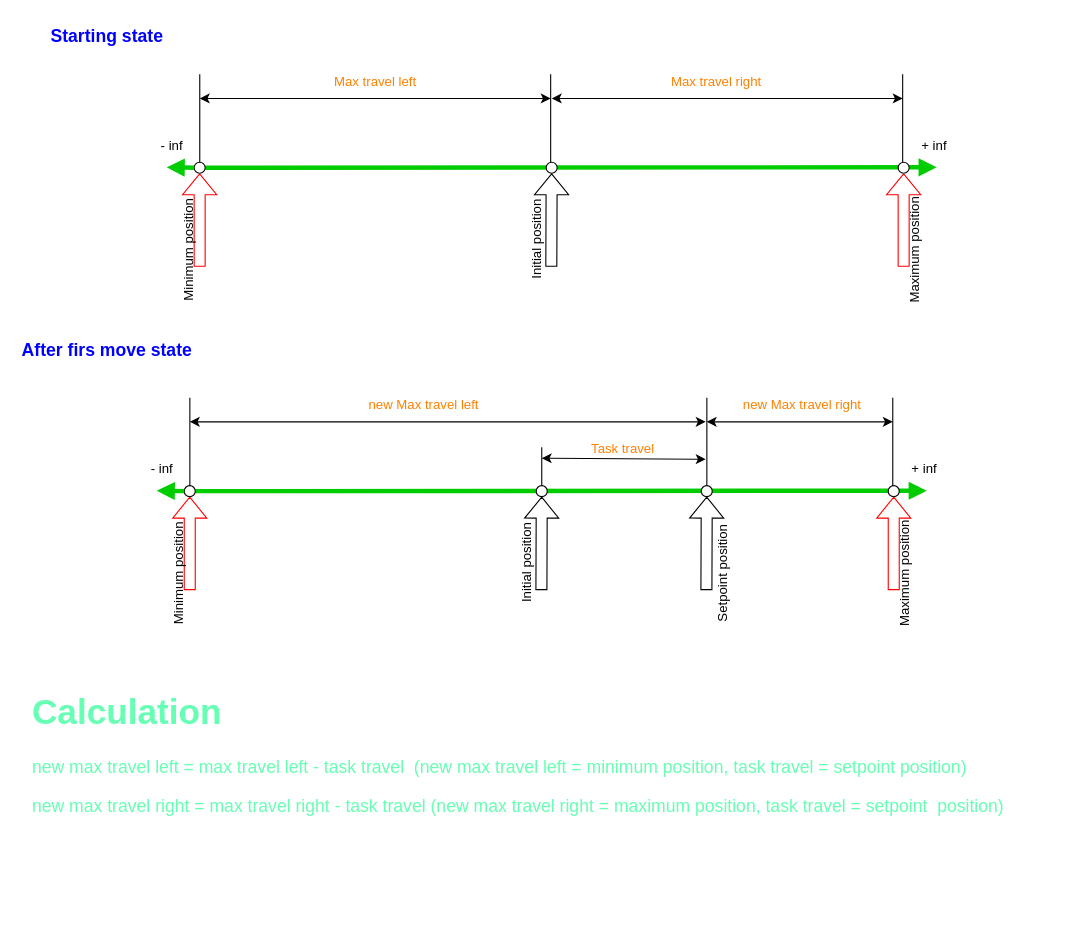
This is Diagramy/Diagram zmiany granic pozycji silnika.drawio from GitKiniol/RoboArm-Docu, a draw.io file, before an edit. Source tidied: cells renumbered, new cells numbered last; positions are measured from the earlier drawing's top-left corner, leaving out a move shared by most shapes. Both pictures are drawn from the tidied source at 110%, with x=0, y=0 at pixel (19, 19).
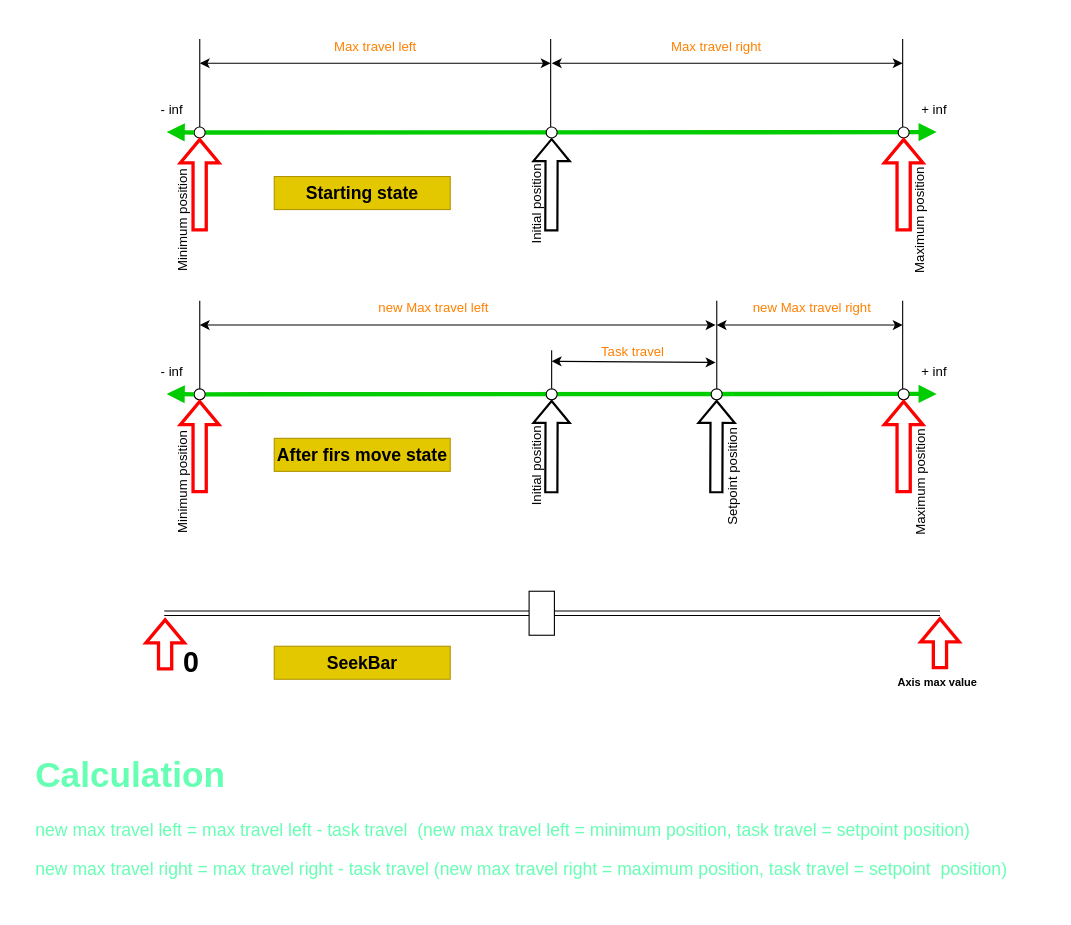
Above is the later version.

Commit message (it also covers changes not shown here):
Modyfikacja diagramu zmiany granic pozycji silnika

Diff of the diagram source:
```diff
@@
     <mxCell id="2" value="+ inf" style="text;html=1;strokeColor=none;fillColor=none;align=center;verticalAlign=middle;whiteSpace=wrap;rounded=0;" parent="1" vertex="1">
-      <mxGeometry x="801.5" y="100" width="60" height="30" as="geometry" />
+      <mxGeometry x="801.5" y="68" width="60" height="30" as="geometry" />
     </mxCell>
     <mxCell id="3" style="endArrow=none;html=1;rounded=0;fontSize=12;strokeWidth=1;exitX=0.5;exitY=0;exitDx=0;exitDy=0;" parent="1" edge="1">
       <mxGeometry relative="1" as="geometry">
-        <mxPoint x="475" y="424" as="sourcePoint" />
-        <mxPoint x="475" y="389" as="targetPoint" />
+        <mxPoint x="484" y="336" as="sourcePoint" />
+        <mxPoint x="484" y="301" as="targetPoint" />
       </mxGeometry>
     </mxCell>
     <mxCell id="4" style="endArrow=classic;startArrow=classic;html=1;rounded=0;fontSize=12;strokeWidth=1;" parent="1" edge="1">
       <mxGeometry relative="1" as="geometry">
-        <mxPoint x="475" y="399" as="sourcePoint" />
-        <mxPoint x="624" y="400" as="targetPoint" />
+        <mxPoint x="484" y="311" as="sourcePoint" />
+        <mxPoint x="633" y="312" as="targetPoint" />
       </mxGeometry>
     </mxCell>
     <mxCell id="5" style="endArrow=block;startArrow=none;endFill=1;startFill=1;html=1;rounded=0;strokeWidth=4;strokeColor=#00CC00;" parent="1" edge="1" source="11">
       <mxGeometry relative="1" as="geometry">
-        <mxPoint x="834" y="134.6" as="targetPoint" />
+        <mxPoint x="834" y="102.6" as="targetPoint" />
       </mxGeometry>
     </mxCell>
     <mxCell id="6" style="ellipse;whiteSpace=wrap;html=1;" parent="1" vertex="1">
-      <mxGeometry x="479" y="130" width="10" height="10" as="geometry" />
+      <mxGeometry x="479" y="98" width="10" height="10" as="geometry" />
     </mxCell>
     <mxCell id="7" value="- inf" style="text;html=1;strokeColor=none;fillColor=none;align=center;verticalAlign=middle;whiteSpace=wrap;rounded=0;" parent="1" vertex="1">
-      <mxGeometry x="109" y="100" width="60" height="30" as="geometry" />
+      <mxGeometry x="109" y="68" width="60" height="30" as="geometry" />
     </mxCell>
-    <mxCell id="8" style="shape=flexArrow;endArrow=classic;html=1;rounded=0;entryX=0.5;entryY=1;entryDx=0;entryDy=0;" parent="1" edge="1" target="6">
+    <mxCell id="8" style="shape=flexArrow;endArrow=classic;html=1;rounded=0;entryX=0.5;entryY=1;entryDx=0;entryDy=0;strokeWidth=2;" parent="1" edge="1" target="6">
       <mxGeometry relative="1" as="geometry">
-        <mxPoint x="483.7" y="225" as="sourcePoint" />
+        <mxPoint x="483.7" y="193" as="sourcePoint" />
       </mxGeometry>
     </mxCell>
     <mxCell id="9" value="&lt;font style=&quot;font-size: 12px;&quot;&gt;Initial position&lt;/font&gt;" style="text;html=1;strokeColor=none;fillColor=none;align=center;verticalAlign=middle;whiteSpace=wrap;rounded=0;fontSize=24;rotation=-90;" parent="1" vertex="1">
-      <mxGeometry x="429" y="195" width="75" height="10" as="geometry" />
+      <mxGeometry x="429" y="163" width="75" height="10" as="geometry" />
     </mxCell>
     <mxCell id="10" style="ellipse;whiteSpace=wrap;html=1;" parent="1" vertex="1">
-      <mxGeometry x="799" y="130" width="10" height="10" as="geometry" />
+      <mxGeometry x="799" y="98" width="10" height="10" as="geometry" />
     </mxCell>
     <mxCell id="11" style="ellipse;whiteSpace=wrap;html=1;" parent="1" vertex="1">
-      <mxGeometry x="159" y="130" width="10" height="10" as="geometry" />
+      <mxGeometry x="159" y="98" width="10" height="10" as="geometry" />
     </mxCell>
     <mxCell id="12" style="endArrow=none;startArrow=block;endFill=1;startFill=1;html=1;rounded=0;strokeWidth=4;strokeColor=#00CC00;" parent="1" edge="1" target="11">
       <mxGeometry relative="1" as="geometry">
-        <mxPoint x="134" y="134.6" as="sourcePoint" />
+        <mxPoint x="134" y="102.6" as="sourcePoint" />
       </mxGeometry>
     </mxCell>
-    <mxCell id="13" style="shape=flexArrow;endArrow=classic;html=1;rounded=0;entryX=0.5;entryY=1;entryDx=0;entryDy=0;strokeColor=#FF0000;" parent="1" edge="1" target="11">
+    <mxCell id="13" style="shape=flexArrow;endArrow=classic;html=1;rounded=0;entryX=0.5;entryY=1;entryDx=0;entryDy=0;strokeColor=#FF0000;strokeWidth=3;" parent="1" edge="1" target="11">
       <mxGeometry relative="1" as="geometry">
-        <mxPoint x="164" y="225" as="sourcePoint" />
+        <mxPoint x="164" y="193" as="sourcePoint" />
       </mxGeometry>
     </mxCell>
-    <mxCell id="14" style="shape=flexArrow;endArrow=classic;html=1;rounded=0;entryX=0.5;entryY=1;entryDx=0;entryDy=0;strokeColor=#FF0000;" parent="1" edge="1" target="10">
+    <mxCell id="14" style="shape=flexArrow;endArrow=classic;html=1;rounded=0;entryX=0.5;entryY=1;entryDx=0;entryDy=0;strokeColor=#FF0000;strokeWidth=3;" parent="1" edge="1" target="10">
       <mxGeometry relative="1" as="geometry">
-        <mxPoint x="804" y="225" as="sourcePoint" />
+        <mxPoint x="804" y="193" as="sourcePoint" />
       </mxGeometry>
     </mxCell>
     <mxCell id="15" value="&lt;font style=&quot;font-size: 12px;&quot;&gt;Minimum position&lt;/font&gt;" style="text;html=1;strokeColor=none;fillColor=none;align=center;verticalAlign=middle;whiteSpace=wrap;rounded=0;fontSize=24;rotation=-90;" parent="1" vertex="1">
-      <mxGeometry x="99" y="205" width="102.5" height="10" as="geometry" />
+      <mxGeometry x="94" y="178" width="102.5" height="10" as="geometry" />
     </mxCell>
     <mxCell id="16" value="&lt;font style=&quot;font-size: 12px;&quot;&gt;Maximum position&lt;/font&gt;" style="text;html=1;strokeColor=none;fillColor=none;align=center;verticalAlign=middle;whiteSpace=wrap;rounded=0;fontSize=24;rotation=-90;" parent="1" vertex="1">
-      <mxGeometry x="759" y="205" width="102.5" height="10" as="geometry" />
+      <mxGeometry x="764" y="178" width="102.5" height="10" as="geometry" />
     </mxCell>
     <mxCell id="17" style="endArrow=none;html=1;rounded=0;fontSize=12;strokeWidth=1;" parent="1" edge="1">
       <mxGeometry relative="1" as="geometry">
-        <mxPoint x="164.1" y="130" as="sourcePoint" />
-        <mxPoint x="164.1" y="50" as="targetPoint" />
+        <mxPoint x="164.1" y="98" as="sourcePoint" />
+        <mxPoint x="164.1" y="18" as="targetPoint" />
       </mxGeometry>
     </mxCell>
     <mxCell id="18" style="endArrow=none;html=1;rounded=0;fontSize=12;strokeWidth=1;" parent="1" edge="1">
       <mxGeometry relative="1" as="geometry">
-        <mxPoint x="483.1" y="130" as="sourcePoint" />
-        <mxPoint x="483.1" y="50" as="targetPoint" />
+        <mxPoint x="483.1" y="98" as="sourcePoint" />
+        <mxPoint x="483.1" y="18" as="targetPoint" />
       </mxGeometry>
     </mxCell>
     <mxCell id="19" style="endArrow=classic;startArrow=classic;html=1;rounded=0;fontSize=12;strokeWidth=1;" parent="1" edge="1">
       <mxGeometry relative="1" as="geometry">
-        <mxPoint x="164.1" y="72" as="sourcePoint" />
-        <mxPoint x="483.1" y="72" as="targetPoint" />
+        <mxPoint x="164.1" y="40" as="sourcePoint" />
+        <mxPoint x="483.1" y="40" as="targetPoint" />
       </mxGeometry>
     </mxCell>
     <mxCell id="20" style="endArrow=none;html=1;rounded=0;fontSize=12;strokeWidth=1;" parent="1" edge="1">
       <mxGeometry relative="1" as="geometry">
-        <mxPoint x="803.1" y="130" as="sourcePoint" />
-        <mxPoint x="803.1" y="50" as="targetPoint" />
+        <mxPoint x="803.1" y="98" as="sourcePoint" />
+        <mxPoint x="803.1" y="18" as="targetPoint" />
       </mxGeometry>
     </mxCell>
     <mxCell id="21" style="endArrow=classic;startArrow=classic;html=1;rounded=0;fontSize=12;strokeWidth=1;" parent="1" edge="1">
       <mxGeometry relative="1" as="geometry">
-        <mxPoint x="484.1" y="72" as="sourcePoint" />
-        <mxPoint x="803.1" y="72" as="targetPoint" />
+        <mxPoint x="484.1" y="40" as="sourcePoint" />
+        <mxPoint x="803.1" y="40" as="targetPoint" />
       </mxGeometry>
     </mxCell>
     <mxCell id="22" value="Max travel left" style="text;html=1;strokeColor=none;fillColor=none;align=center;verticalAlign=middle;whiteSpace=wrap;rounded=0;fontSize=12;fontColor=#FF8000;" parent="1" vertex="1">
-      <mxGeometry x="279.1" y="42" width="90" height="30" as="geometry" />
+      <mxGeometry x="279.1" y="10" width="90" height="30" as="geometry" />
     </mxCell>
     <mxCell id="23" value="Max travel right" style="text;html=1;strokeColor=none;fillColor=none;align=center;verticalAlign=middle;whiteSpace=wrap;rounded=0;fontSize=12;fontColor=#FF8000;" parent="1" vertex="1">
-      <mxGeometry x="589" y="42" width="90" height="30" as="geometry" />
+      <mxGeometry x="589" y="10" width="90" height="30" as="geometry" />
     </mxCell>
     <mxCell id="24" value="+ inf" style="text;html=1;strokeColor=none;fillColor=none;align=center;verticalAlign=middle;whiteSpace=wrap;rounded=0;" parent="1" vertex="1">
-      <mxGeometry x="792.5" y="394" width="60" height="30" as="geometry" />
+      <mxGeometry x="801.5" y="306" width="60" height="30" as="geometry" />
     </mxCell>
     <mxCell id="25" style="endArrow=block;startArrow=none;endFill=1;startFill=1;html=1;rounded=0;strokeWidth=4;strokeColor=#00CC00;" parent="1" edge="1" source="34">
       <mxGeometry relative="1" as="geometry">
-        <mxPoint x="825" y="428.6" as="targetPoint" />
+        <mxPoint x="834" y="340.6" as="targetPoint" />
       </mxGeometry>
     </mxCell>
     <mxCell id="26" style="ellipse;whiteSpace=wrap;html=1;" parent="1" vertex="1">
-      <mxGeometry x="470" y="424" width="10" height="10" as="geometry" />
+      <mxGeometry x="479" y="336" width="10" height="10" as="geometry" />
     </mxCell>
     <mxCell id="27" value="- inf" style="text;html=1;strokeColor=none;fillColor=none;align=center;verticalAlign=middle;whiteSpace=wrap;rounded=0;" parent="1" vertex="1">
-      <mxGeometry x="100" y="394" width="60" height="30" as="geometry" />
+      <mxGeometry x="109" y="306" width="60" height="30" as="geometry" />
     </mxCell>
-    <mxCell id="28" style="shape=flexArrow;endArrow=classic;html=1;rounded=0;entryX=0.5;entryY=1;entryDx=0;entryDy=0;" parent="1" edge="1" target="26">
+    <mxCell id="28" style="shape=flexArrow;endArrow=classic;html=1;rounded=0;entryX=0.5;entryY=1;entryDx=0;entryDy=0;strokeWidth=2;" parent="1" edge="1" target="26">
       <mxGeometry relative="1" as="geometry">
-        <mxPoint x="474.7" y="519" as="sourcePoint" />
+        <mxPoint x="483.7" y="431" as="sourcePoint" />
       </mxGeometry>
     </mxCell>
     <mxCell id="29" style="ellipse;whiteSpace=wrap;html=1;" parent="1" vertex="1">
-      <mxGeometry x="620" y="424" width="10" height="10" as="geometry" />
+      <mxGeometry x="629" y="336" width="10" height="10" as="geometry" />
     </mxCell>
-    <mxCell id="30" style="shape=flexArrow;endArrow=classic;html=1;rounded=0;entryX=0.5;entryY=1;entryDx=0;entryDy=0;" parent="1" edge="1" target="29">
+    <mxCell id="30" style="shape=flexArrow;endArrow=classic;html=1;rounded=0;entryX=0.5;entryY=1;entryDx=0;entryDy=0;strokeWidth=2;" parent="1" edge="1" target="29">
       <mxGeometry relative="1" as="geometry">
-        <mxPoint x="624.7" y="519" as="sourcePoint" />
+        <mxPoint x="633.7" y="431" as="sourcePoint" />
       </mxGeometry>
     </mxCell>
     <mxCell id="31" value="&lt;font style=&quot;font-size: 12px;&quot;&gt;Initial position&lt;/font&gt;" style="text;html=1;strokeColor=none;fillColor=none;align=center;verticalAlign=middle;whiteSpace=wrap;rounded=0;fontSize=24;rotation=-90;" parent="1" vertex="1">
-      <mxGeometry x="420" y="489" width="75" height="10" as="geometry" />
+      <mxGeometry x="429" y="401" width="75" height="10" as="geometry" />
     </mxCell>
     <mxCell id="32" value="&lt;font style=&quot;font-size: 12px;&quot;&gt;Setpoint position&lt;/font&gt;" style="text;html=1;strokeColor=none;fillColor=none;align=center;verticalAlign=middle;whiteSpace=wrap;rounded=0;fontSize=24;rotation=-90;" parent="1" vertex="1">
-      <mxGeometry x="590" y="499" width="92.5" height="10" as="geometry" />
+      <mxGeometry x="599" y="411" width="92.5" height="10" as="geometry" />
     </mxCell>
     <mxCell id="33" style="ellipse;whiteSpace=wrap;html=1;" parent="1" vertex="1">
-      <mxGeometry x="790" y="424" width="10" height="10" as="geometry" />
+      <mxGeometry x="799" y="336" width="10" height="10" as="geometry" />
     </mxCell>
     <mxCell id="34" style="ellipse;whiteSpace=wrap;html=1;" parent="1" vertex="1">
-      <mxGeometry x="150" y="424" width="10" height="10" as="geometry" />
+      <mxGeometry x="159" y="336" width="10" height="10" as="geometry" />
     </mxCell>
     <mxCell id="35" style="endArrow=none;startArrow=block;endFill=1;startFill=1;html=1;rounded=0;strokeWidth=4;strokeColor=#00CC00;" parent="1" edge="1" target="34">
       <mxGeometry relative="1" as="geometry">
-        <mxPoint x="125" y="428.6" as="sourcePoint" />
+        <mxPoint x="134" y="340.6" as="sourcePoint" />
       </mxGeometry>
     </mxCell>
-    <mxCell id="36" style="shape=flexArrow;endArrow=classic;html=1;rounded=0;entryX=0.5;entryY=1;entryDx=0;entryDy=0;strokeColor=#FF0000;" parent="1" edge="1" target="34">
+    <mxCell id="36" style="shape=flexArrow;endArrow=classic;html=1;rounded=0;entryX=0.5;entryY=1;entryDx=0;entryDy=0;strokeColor=#FF0000;strokeWidth=3;" parent="1" edge="1" target="34">
       <mxGeometry relative="1" as="geometry">
-        <mxPoint x="155" y="519" as="sourcePoint" />
+        <mxPoint x="164" y="431" as="sourcePoint" />
       </mxGeometry>
     </mxCell>
-    <mxCell id="37" style="shape=flexArrow;endArrow=classic;html=1;rounded=0;entryX=0.5;entryY=1;entryDx=0;entryDy=0;strokeColor=#FF0000;" parent="1" edge="1" target="33">
+    <mxCell id="37" style="shape=flexArrow;endArrow=classic;html=1;rounded=0;entryX=0.5;entryY=1;entryDx=0;entryDy=0;strokeColor=#FF0000;strokeWidth=3;" parent="1" edge="1" target="33">
       <mxGeometry relative="1" as="geometry">
-        <mxPoint x="795" y="519" as="sourcePoint" />
+        <mxPoint x="804" y="431" as="sourcePoint" />
       </mxGeometry>
     </mxCell>
     <mxCell id="38" value="&lt;font style=&quot;font-size: 12px;&quot;&gt;Minimum position&lt;/font&gt;" style="text;html=1;strokeColor=none;fillColor=none;align=center;verticalAlign=middle;whiteSpace=wrap;rounded=0;fontSize=24;rotation=-90;" parent="1" vertex="1">
-      <mxGeometry x="90" y="499" width="102.5" height="10" as="geometry" />
+      <mxGeometry x="94" y="416" width="102.5" height="10" as="geometry" />
     </mxCell>
-    <mxCell id="39" value="&lt;font style=&quot;font-size: 12px;&quot;&gt;Maximum position&lt;/font&gt;" style="text;html=1;strokeColor=none;fillColor=none;align=center;verticalAlign=middle;whiteSpace=wrap;rounded=0;fontSize=24;rotation=-90;" parent="1" vertex="1">
-      <mxGeometry x="750" y="499" width="102.5" height="10" as="geometry" />
+    <mxCell id="39" value="&lt;font style=&quot;font-size: 12px;&quot;&gt;Maximum position&lt;/font&gt;" style="text;html=1;strokeColor=none;fillColor=none;align=center;verticalAlign=bottom;whiteSpace=wrap;rounded=0;fontSize=24;rotation=-90;" parent="1" vertex="1">
+      <mxGeometry x="777" y="416" width="102.5" height="10" as="geometry" />
     </mxCell>
     <mxCell id="40" style="endArrow=none;html=1;rounded=0;fontSize=12;strokeWidth=1;" parent="1" edge="1">
       <mxGeometry relative="1" as="geometry">
-        <mxPoint x="155.1" y="424" as="sourcePoint" />
-        <mxPoint x="155.1" y="344" as="targetPoint" />
+        <mxPoint x="164.1" y="336" as="sourcePoint" />
+        <mxPoint x="164.1" y="256" as="targetPoint" />
       </mxGeometry>
     </mxCell>
     <mxCell id="41" style="endArrow=none;html=1;rounded=0;fontSize=12;strokeWidth=1;" parent="1" edge="1">
       <mxGeometry relative="1" as="geometry">
-        <mxPoint x="625.1" y="424" as="sourcePoint" />
-        <mxPoint x="625.1" y="344" as="targetPoint" />
+        <mxPoint x="634.1" y="336" as="sourcePoint" />
+        <mxPoint x="634.1" y="256" as="targetPoint" />
       </mxGeometry>
     </mxCell>
     <mxCell id="42" style="endArrow=classic;startArrow=classic;html=1;rounded=0;fontSize=12;strokeWidth=1;" parent="1" edge="1">
       <mxGeometry relative="1" as="geometry">
-        <mxPoint x="155.1" y="366" as="sourcePoint" />
-        <mxPoint x="624" y="366" as="targetPoint" />
+        <mxPoint x="164.1" y="278" as="sourcePoint" />
+        <mxPoint x="633" y="278" as="targetPoint" />
       </mxGeometry>
     </mxCell>
     <mxCell id="43" style="endArrow=none;html=1;rounded=0;fontSize=12;strokeWidth=1;" parent="1" edge="1">
       <mxGeometry relative="1" as="geometry">
-        <mxPoint x="794.1" y="424" as="sourcePoint" />
-        <mxPoint x="794.1" y="344" as="targetPoint" />
+        <mxPoint x="803.1" y="336" as="sourcePoint" />
+        <mxPoint x="803.1" y="256" as="targetPoint" />
       </mxGeometry>
     </mxCell>
     <mxCell id="44" style="endArrow=classic;startArrow=classic;html=1;rounded=0;fontSize=12;strokeWidth=1;" parent="1" edge="1">
       <mxGeometry relative="1" as="geometry">
-        <mxPoint x="625" y="366" as="sourcePoint" />
-        <mxPoint x="794.1" y="366" as="targetPoint" />
+        <mxPoint x="634" y="278" as="sourcePoint" />
+        <mxPoint x="803.1" y="278" as="targetPoint" />
       </mxGeometry>
     </mxCell>
     <mxCell id="45" value="new Max travel left" style="text;html=1;strokeColor=none;fillColor=none;align=center;verticalAlign=middle;whiteSpace=wrap;rounded=0;fontSize=12;fontColor=#FF8000;" parent="1" vertex="1">
-      <mxGeometry x="307" y="336" width="122" height="30" as="geometry" />
+      <mxGeometry x="316" y="248" width="122" height="30" as="geometry" />
     </mxCell>
     <mxCell id="46" value="new Max travel right" style="text;html=1;strokeColor=none;fillColor=none;align=center;verticalAlign=middle;whiteSpace=wrap;rounded=0;fontSize=12;fontColor=#FF8000;" parent="1" vertex="1">
-      <mxGeometry x="647" y="336" width="130" height="30" as="geometry" />
+      <mxGeometry x="656" y="248" width="130" height="30" as="geometry" />
     </mxCell>
-    <mxCell id="47" value="Starting state" style="text;html=1;strokeColor=none;fillColor=none;align=center;verticalAlign=middle;whiteSpace=wrap;rounded=0;fontSize=16;fontStyle=1;fontColor=#0000FF;" parent="1" vertex="1">
-      <mxGeometry width="160" height="30" as="geometry" />
+    <mxCell id="47" value="Starting state" style="text;html=1;strokeColor=#B09500;fillColor=#e3c800;align=center;verticalAlign=middle;whiteSpace=wrap;rounded=0;fontSize=16;fontStyle=1;fontColor=#000000;" parent="1" vertex="1">
+      <mxGeometry x="231.8" y="143" width="160" height="30" as="geometry" />
     </mxCell>
-    <mxCell id="48" value="After firs move state" style="text;html=1;strokeColor=none;fillColor=none;align=center;verticalAlign=middle;whiteSpace=wrap;rounded=0;fontSize=16;fontStyle=1;fontColor=#0000FF;" parent="1" vertex="1">
-      <mxGeometry y="286" width="160" height="30" as="geometry" />
+    <mxCell id="48" value="After firs move state" style="text;html=1;strokeColor=#B09500;fillColor=#e3c800;align=center;verticalAlign=middle;whiteSpace=wrap;rounded=0;fontSize=16;fontStyle=1;fontColor=#000000;" parent="1" vertex="1">
+      <mxGeometry x="231.8" y="381" width="160" height="30" as="geometry" />
     </mxCell>
     <mxCell id="49" value="Task travel" style="text;html=1;strokeColor=none;fillColor=none;align=center;verticalAlign=middle;whiteSpace=wrap;rounded=0;fontSize=12;fontColor=#FF8000;" parent="1" vertex="1">
-      <mxGeometry x="504" y="376" width="90" height="30" as="geometry" />
+      <mxGeometry x="513" y="288" width="90" height="30" as="geometry" />
     </mxCell>
     <mxCell id="50" value="&lt;h1&gt;Calculation&lt;/h1&gt;&lt;p&gt;new max travel left = max travel left - task travel&amp;nbsp; (new max travel left = minimum position, task travel = setpoint position)&lt;/p&gt;&lt;p&gt;new max travel right = max travel right - task travel (new max travel right = maximum position, task travel = setpoint&amp;nbsp; position)&lt;/p&gt;" style="text;html=1;strokeColor=none;fillColor=none;spacing=5;spacingTop=-20;whiteSpace=wrap;overflow=hidden;rounded=0;fontSize=16;fontColor=#66FFB3;" parent="1" vertex="1">
-      <mxGeometry x="7" y="600" width="930" height="150" as="geometry" />
+      <mxGeometry x="10" y="657" width="930" height="150" as="geometry" />
     </mxCell>
+    <mxCell id="51" style="shape=link;html=1;rounded=0;fontFamily=Helvetica;fontSize=24;fontColor=default;" parent="1" edge="1">
+      <mxGeometry relative="1" as="geometry">
+        <mxPoint x="131.8" y="540" as="sourcePoint" />
+        <mxPoint x="837" y="540" as="targetPoint" />
+      </mxGeometry>
+    </mxCell>
+    <mxCell id="52" style="rounded=0;whiteSpace=wrap;html=1;fontFamily=Helvetica;fontSize=24;fillStyle=solid;" parent="1" vertex="1">
+      <mxGeometry x="463.5" y="520" width="23" height="40" as="geometry" />
+    </mxCell>
+    <mxCell id="53" value="SeekBar" style="text;html=1;strokeColor=#B09500;fillColor=#e3c800;align=center;verticalAlign=middle;whiteSpace=wrap;rounded=0;fontSize=16;fontStyle=1;fontColor=#000000;" parent="1" vertex="1">
+      <mxGeometry x="231.8" y="570" width="160" height="30" as="geometry" />
+    </mxCell>
+    <mxCell id="54" style="shape=flexArrow;endArrow=classic;html=1;rounded=0;entryX=0.5;entryY=1;entryDx=0;entryDy=0;strokeColor=#FF0000;strokeWidth=3;endSize=6;startSize=6;" parent="1" edge="1">
+      <mxGeometry relative="1" as="geometry">
+        <mxPoint x="837" y="591" as="sourcePoint" />
+        <mxPoint x="837" y="543.5" as="targetPoint" />
+      </mxGeometry>
+    </mxCell>
+    <mxCell id="55" style="shape=flexArrow;endArrow=classic;html=1;rounded=0;entryX=0.5;entryY=1;entryDx=0;entryDy=0;strokeColor=#FF0000;strokeWidth=3;endSize=6;startSize=6;" parent="1" edge="1">
+      <mxGeometry relative="1" as="geometry">
+        <mxPoint x="132.6" y="592" as="sourcePoint" />
+        <mxPoint x="132.6" y="544.5" as="targetPoint" />
+      </mxGeometry>
+    </mxCell>
+    <mxCell id="56" value="&lt;font style=&quot;font-size: 26px;&quot;&gt;0&lt;/font&gt;" style="text;html=1;strokeColor=none;fillColor=none;align=center;verticalAlign=bottom;whiteSpace=wrap;rounded=0;fontSize=26;rotation=0;fontStyle=1;" parent="1" vertex="1">
+      <mxGeometry x="144" y="567.2" width="25" height="35.6" as="geometry" />
+    </mxCell>
+    <mxCell id="57" value="&lt;font style=&quot;font-size: 10px;&quot;&gt;Axis max value&lt;/font&gt;" style="text;html=1;strokeColor=none;fillColor=none;align=center;verticalAlign=bottom;whiteSpace=wrap;rounded=0;fontSize=26;rotation=0;fontStyle=1;" parent="1" vertex="1">
+      <mxGeometry x="789.5" y="590" width="90" height="25.6" as="geometry" />
+    </mxCell>
```
